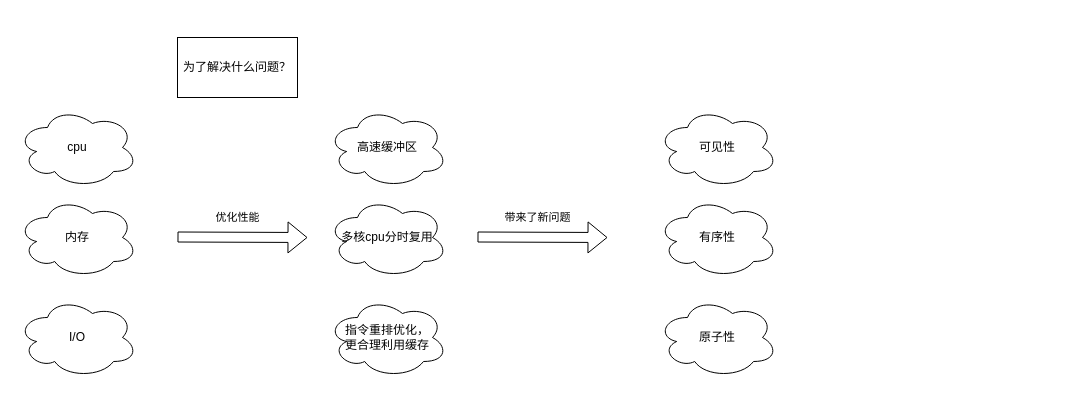
Forri1996/draw.io keeps this draw.io diagram as java并发体系知识总览.drawio. Above is the earlier version. Source tidied: cells renumbered, new cells numbered last; positions are measured from the earlier drawing's top-left corner, leaving out a move shared by most shapes. Both pictures are drawn from the tidied source at 100%, with x=0, y=0 at pixel (17, 37).
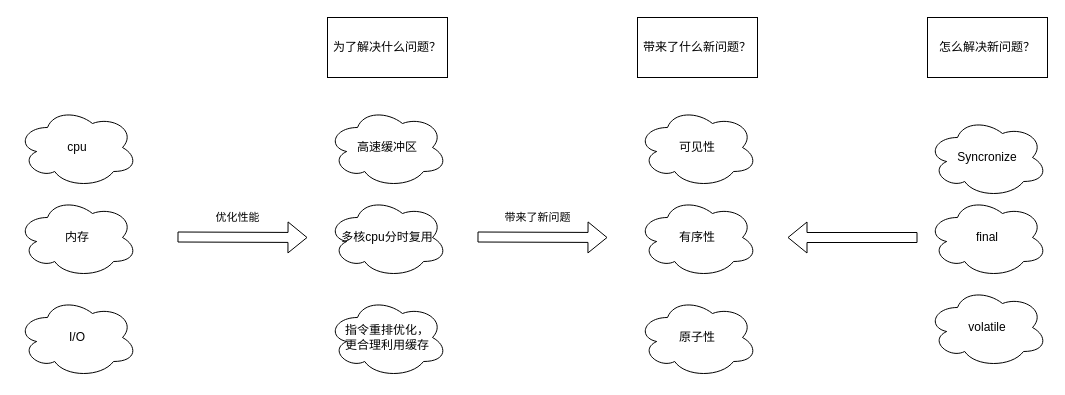
The same page after the edit.

Commit message (it also covers changes not shown here):
更新java并发体系知识总览.drawio

Change to the diagram source:
```diff
@@
     <mxCell id="2" value="为了解决什么问题？" style="rounded=0;whiteSpace=wrap;html=1;" parent="1" vertex="1">
-      <mxGeometry x="160" width="120" height="60" as="geometry" />
+      <mxGeometry x="310" y="-20" width="120" height="60" as="geometry" />
     </mxCell>
@@
     <mxCell id="13" value="可见性" style="ellipse;shape=cloud;whiteSpace=wrap;html=1;" parent="1" vertex="1">
-      <mxGeometry x="640" y="70" width="120" height="80" as="geometry" />
+      <mxGeometry x="620" y="70" width="120" height="80" as="geometry" />
     </mxCell>
     <mxCell id="14" value="有序性" style="ellipse;shape=cloud;whiteSpace=wrap;html=1;" parent="1" vertex="1">
-      <mxGeometry x="640" y="160" width="120" height="80" as="geometry" />
+      <mxGeometry x="620" y="160" width="120" height="80" as="geometry" />
     </mxCell>
     <mxCell id="15" value="原子性" style="ellipse;shape=cloud;whiteSpace=wrap;html=1;" parent="1" vertex="1">
-      <mxGeometry x="640" y="260" width="120" height="80" as="geometry" />
+      <mxGeometry x="620" y="260" width="120" height="80" as="geometry" />
     </mxCell>
+    <mxCell id="16" value="带来了什么新问题？" style="rounded=0;whiteSpace=wrap;html=1;" parent="1" vertex="1">
+      <mxGeometry x="620" y="-20" width="120" height="60" as="geometry" />
+    </mxCell>
+    <mxCell id="17" value="怎么解决新问题？" style="rounded=0;whiteSpace=wrap;html=1;" parent="1" vertex="1">
+      <mxGeometry x="910" y="-20" width="120" height="60" as="geometry" />
+    </mxCell>
+    <mxCell id="18" value="final" style="ellipse;shape=cloud;whiteSpace=wrap;html=1;" parent="1" vertex="1">
+      <mxGeometry x="910" y="160" width="120" height="80" as="geometry" />
+    </mxCell>
+    <mxCell id="19" style="shape=flexArrow;endArrow=classic;html=1;rounded=0;" parent="1" edge="1">
+      <mxGeometry relative="1" as="geometry">
+        <mxPoint x="900" y="200" as="sourcePoint" />
+        <mxPoint x="770" y="200" as="targetPoint" />
+      </mxGeometry>
+    </mxCell>
+    <mxCell id="20" value="Syncronize" style="ellipse;shape=cloud;whiteSpace=wrap;html=1;" parent="1" vertex="1">
+      <mxGeometry x="910" y="80" width="120" height="80" as="geometry" />
+    </mxCell>
+    <mxCell id="21" value="volatile" style="ellipse;shape=cloud;whiteSpace=wrap;html=1;" parent="1" vertex="1">
+      <mxGeometry x="910" y="250" width="120" height="80" as="geometry" />
+    </mxCell>
```
